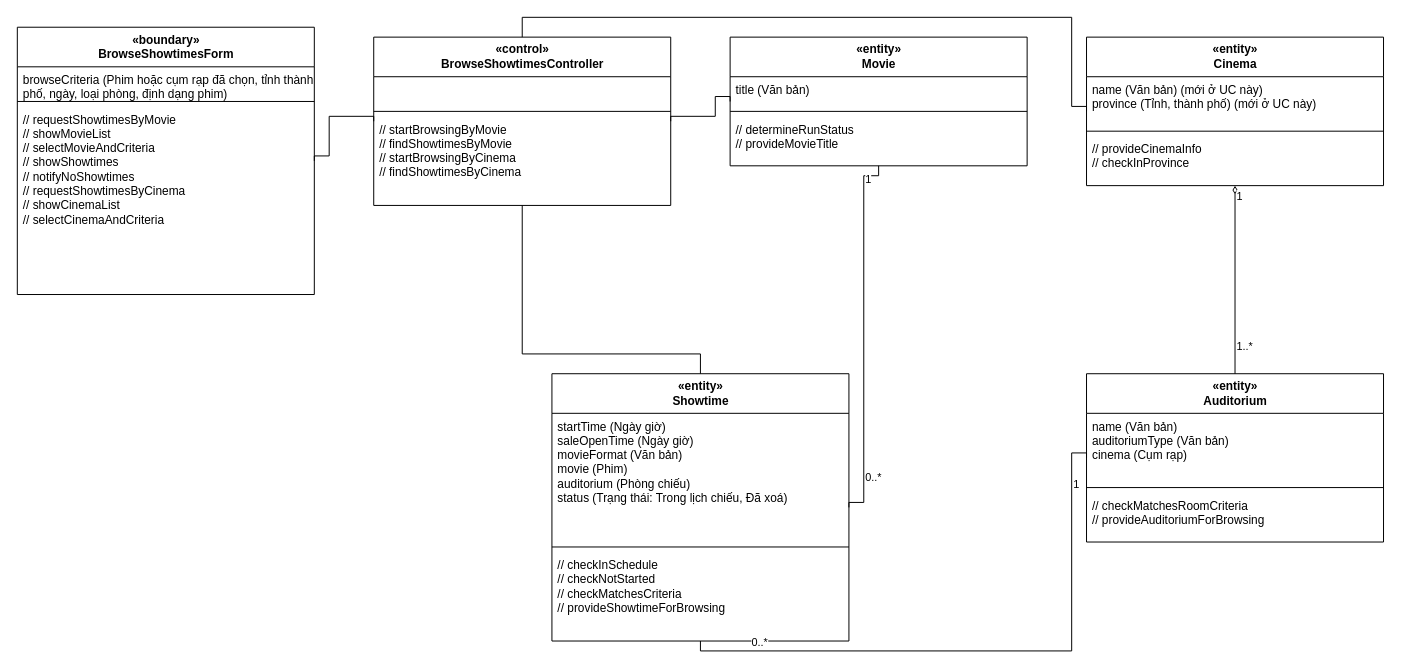
This is design/diagrams/P07-class-UC-004.drawio from luytbq/app-dat-ve-xem-phim, a draw.io file, before an edit. Source tidied: cells renumbered, new cells numbered last; positions are measured from the earlier drawing's top-left corner, leaving out a move shared by most shapes. Both pictures are drawn from the tidied source at 99%, with x=0, y=0 at pixel (17, 17).
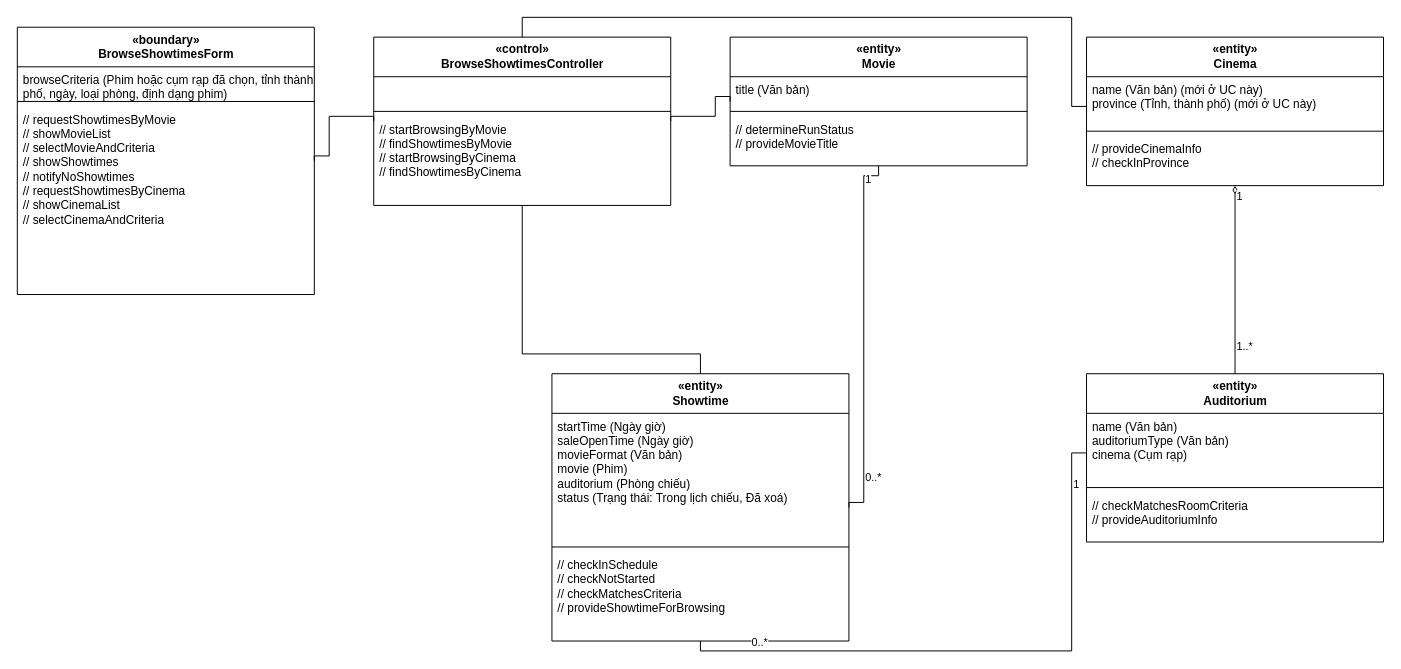
Above is the later version.

Unchanged cells that the change refers to:
```xml
<mxCell id="18" value="«entity»&lt;br&gt;Auditorium" style="swimlane;fontStyle=1;align=center;horizontal=1;startSize=40;html=1;" parent="1" vertex="1">
  <mxGeometry x="1080" y="360" width="300" height="170" as="geometry" />
</mxCell>
```

Change to the diagram source:
```diff
@@
-    <mxCell id="21" value="// checkMatchesRoomCriteria&lt;br&gt;// provideAuditoriumForBrowsing" style="text;strokeColor=none;fillColor=none;align=left;verticalAlign=top;spacingLeft=4;html=1;whiteSpace=wrap;" parent="18" vertex="1">
+    <mxCell id="21" value="// checkMatchesRoomCriteria&lt;br&gt;// provideAuditoriumInfo" style="text;strokeColor=none;fillColor=none;align=left;verticalAlign=top;spacingLeft=4;html=1;whiteSpace=wrap;" parent="18" vertex="1">
       <mxGeometry y="120" width="300" height="50" as="geometry" />
     </mxCell>
```
